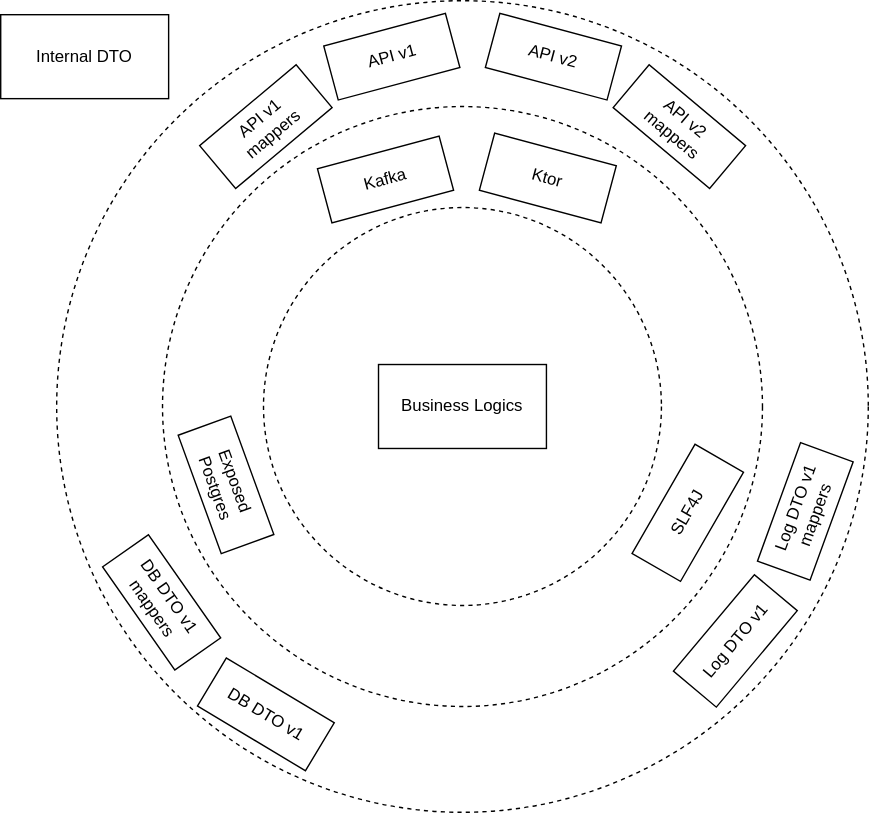
This is docs/03-architecture/images/01-architecture.svg from ponomain/AdoptableTails, a draw.io export, as it was before one commit. Source tidied: cells renumbered, new cells last; positions are measured from the earlier drawing's top-left corner, leaving out a move shared by most shapes.
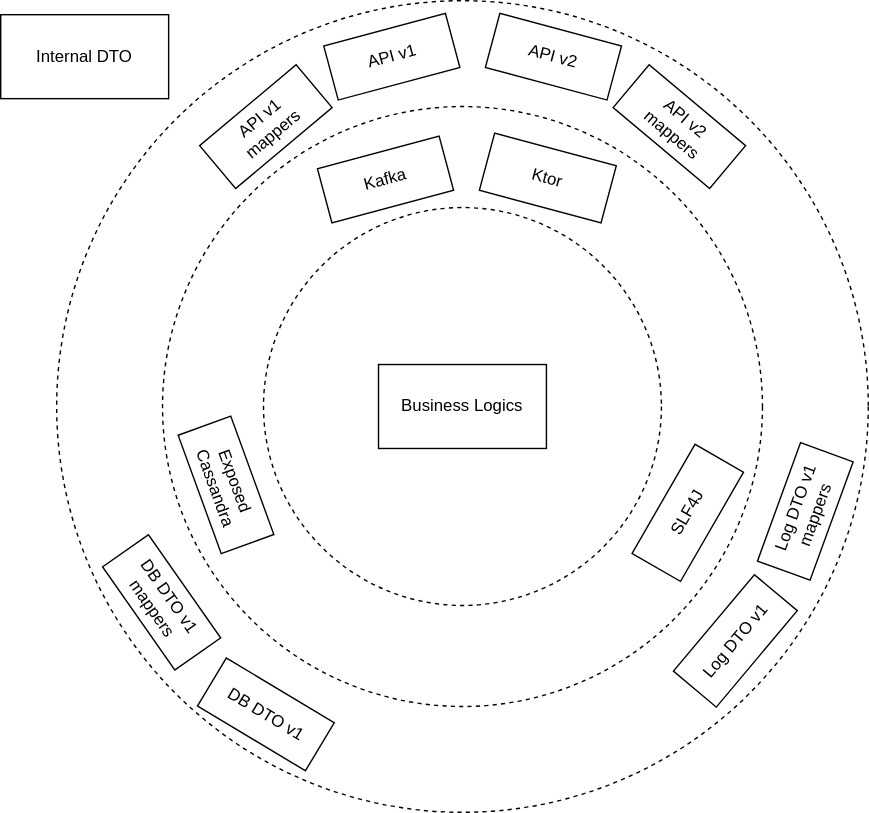
Later version of the same file.

Change to the diagram source:
```diff
@@ -41,7 +41,7 @@
     <mxCell id="14" value="Kafka" style="rounded=0;whiteSpace=wrap;html=1;rotation=-15;" parent="1" vertex="1">
       <mxGeometry x="230" y="107.8" width="90" height="40" as="geometry" />
     </mxCell>
-    <mxCell id="15" value="Exposed Postgres" style="rounded=0;whiteSpace=wrap;html=1;rotation=70;" parent="1" vertex="1">
+    <mxCell id="15" value="Exposed Cassandra" style="rounded=0;whiteSpace=wrap;html=1;rotation=70;" parent="1" vertex="1">
       <mxGeometry x="116" y="326" width="90" height="40" as="geometry" />
     </mxCell>
     <mxCell id="16" value="SLF4J" style="rounded=0;whiteSpace=wrap;html=1;rotation=-60;" parent="1" vertex="1">
```
